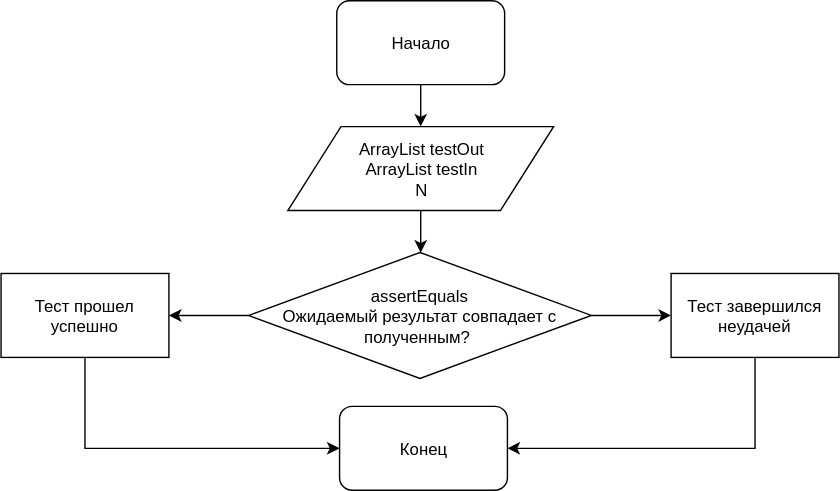
Before: 5. Путь спелеолога/Схема теста TestChangeSymbols.svg, a diagram exported from draw.io (allicen/Task). Source tidied: cells renumbered, new cells last; positions are measured from the earlier drawing's top-left corner, leaving out a move shared by most shapes. Source of this version:
```xml
<mxGraphModel>
  <root>
    <mxCell id="0" />
    <mxCell id="1" parent="0" />
    <mxCell id="2" style="edgeStyle=orthogonalEdgeStyle;rounded=0;jettySize=auto;html=1;" parent="1" edge="1" source="3" target="5">
      <mxGeometry relative="1" as="geometry" />
    </mxCell>
    <mxCell id="3" value="Начало" style="rounded=1;whiteSpace=wrap;html=1;" parent="1" vertex="1">
      <mxGeometry x="240" width="120" height="60" as="geometry" />
    </mxCell>
    <mxCell id="4" style="edgeStyle=orthogonalEdgeStyle;rounded=0;jettySize=auto;html=1;" parent="1" edge="1" source="5" target="8">
      <mxGeometry relative="1" as="geometry" />
    </mxCell>
    <mxCell id="5" value="ArrayList testOut&lt;br&gt;ArrayList testIn&lt;br&gt;N&lt;br&gt;" style="shape=parallelogram;perimeter=parallelogramPerimeter;whiteSpace=wrap;html=1;" parent="1" vertex="1">
      <mxGeometry x="205" y="90" width="190" height="60" as="geometry" />
    </mxCell>
    <mxCell id="6" style="edgeStyle=orthogonalEdgeStyle;rounded=0;jettySize=auto;html=1;" parent="1" edge="1" source="8" target="9">
      <mxGeometry relative="1" as="geometry" />
    </mxCell>
    <mxCell id="7" style="edgeStyle=orthogonalEdgeStyle;rounded=0;jettySize=auto;html=1;" parent="1" edge="1" source="8" target="11">
      <mxGeometry relative="1" as="geometry" />
    </mxCell>
    <mxCell id="8" value="assertEquals&lt;br&gt;Ожидаемый результат совпадает с полученным?&amp;nbsp;&lt;br&gt;" style="rhombus;whiteSpace=wrap;html=1;" parent="1" vertex="1">
      <mxGeometry x="177" y="180" width="245" height="90" as="geometry" />
    </mxCell>
    <mxCell id="9" value="Тест прошел успешно" style="rounded=0;whiteSpace=wrap;html=1;" parent="1" vertex="1">
      <mxGeometry y="195" width="120" height="60" as="geometry" />
    </mxCell>
    <mxCell id="10" style="edgeStyle=orthogonalEdgeStyle;rounded=0;jettySize=auto;html=1;entryX=1;entryY=0.5;entryDx=0;entryDy=0;" parent="1" edge="1" source="11" target="12">
      <mxGeometry relative="1" as="geometry">
        <Array as="points">
          <mxPoint x="539" y="320" />
        </Array>
      </mxGeometry>
    </mxCell>
    <mxCell id="11" value="Тест завершился неудачей" style="rounded=0;whiteSpace=wrap;html=1;" parent="1" vertex="1">
      <mxGeometry x="479" y="195" width="120" height="60" as="geometry" />
    </mxCell>
    <mxCell id="12" value="Конец" style="rounded=1;whiteSpace=wrap;html=1;" parent="1" vertex="1">
      <mxGeometry x="242" y="290" width="120" height="60" as="geometry" />
    </mxCell>
    <mxCell id="13" style="endArrow=classic;html=1;entryX=0;entryY=0.5;entryDx=0;entryDy=0;exitX=0.5;exitY=1;exitDx=0;exitDy=0;rounded=0;" parent="1" edge="1" source="9" target="12">
      <mxGeometry relative="1" as="geometry">
        <Array as="points">
          <mxPoint x="60" y="320" />
        </Array>
      </mxGeometry>
    </mxCell>
  </root>
</mxGraphModel>
```
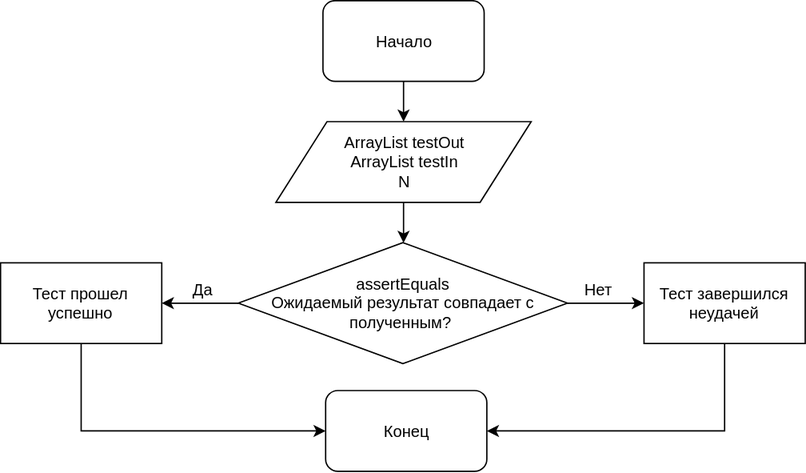
The same diagram one commit later.

Change to the diagram source:
```diff
@@ -46,5 +46,11 @@
         </Array>
       </mxGeometry>
     </mxCell>
+    <mxCell id="14" value="Нет" style="text;html=1;align=left;verticalAlign=top;spacingTop=-4;" parent="1" vertex="1">
+      <mxGeometry x="433" y="205" width="40" height="20" as="geometry" />
+    </mxCell>
+    <mxCell id="15" value="Да" style="text;html=1;align=left;verticalAlign=top;spacingTop=-4;" parent="1" vertex="1">
+      <mxGeometry x="141" y="205" width="30" height="20" as="geometry" />
+    </mxCell>
   </root>
 </mxGraphModel>
```
